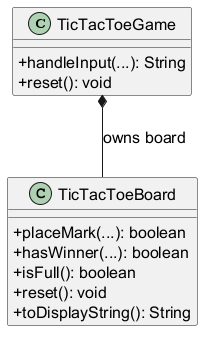
Above: docs/diagrams/tictactoe-classes.png in AY2627S1-CS2113-W12-3/tp (PlantUML), before the change.
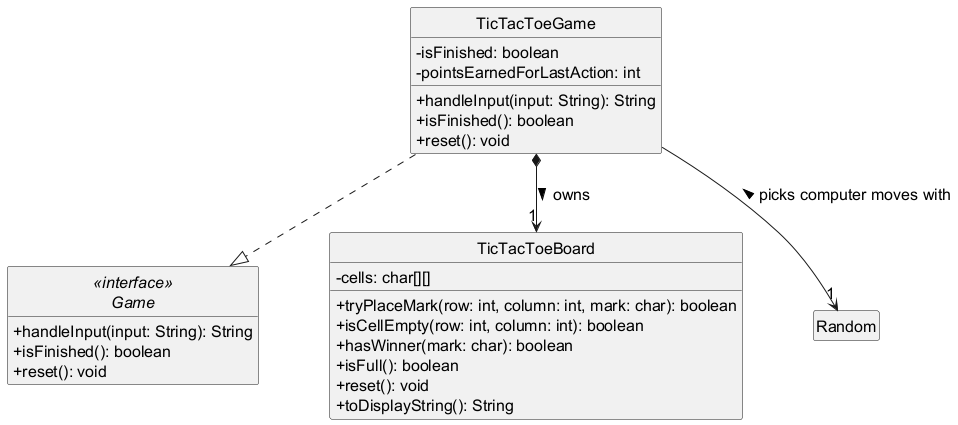
Later version of the same file.

Change to the diagram source:
```diff
@@ -1,17 +1,31 @@
 @startuml
-skinparam defaultFontSize 16
-skinparam classAttributeIconSize 0
+!include style.iuml
+
+interface Game <<interface>> {
+  +handleInput(input: String): String
+  +isFinished(): boolean
+  +reset(): void
+}
 
 class TicTacToeGame {
-  + handleInput(...): String
-  + reset(): void
+  -isFinished: boolean
+  -pointsEarnedForLastAction: int
+  +handleInput(input: String): String
+  +isFinished(): boolean
+  +reset(): void
 }
+
 class TicTacToeBoard {
-  + placeMark(...): boolean
-  + hasWinner(...): boolean
-  + isFull(): boolean
-  + reset(): void
-  + toDisplayString(): String
+  -cells: char[][]
+  +tryPlaceMark(row: int, column: int, mark: char): boolean
+  +isCellEmpty(row: int, column: int): boolean
+  +hasWinner(mark: char): boolean
+  +isFull(): boolean
+  +reset(): void
+  +toDisplayString(): String
 }
-TicTacToeGame *-- TicTacToeBoard : owns board
+
+TicTacToeGame ..|> Game
+TicTacToeGame *--> "1" TicTacToeBoard : owns >
+TicTacToeGame --> "1" Random : picks computer moves with <
 @enduml
```
